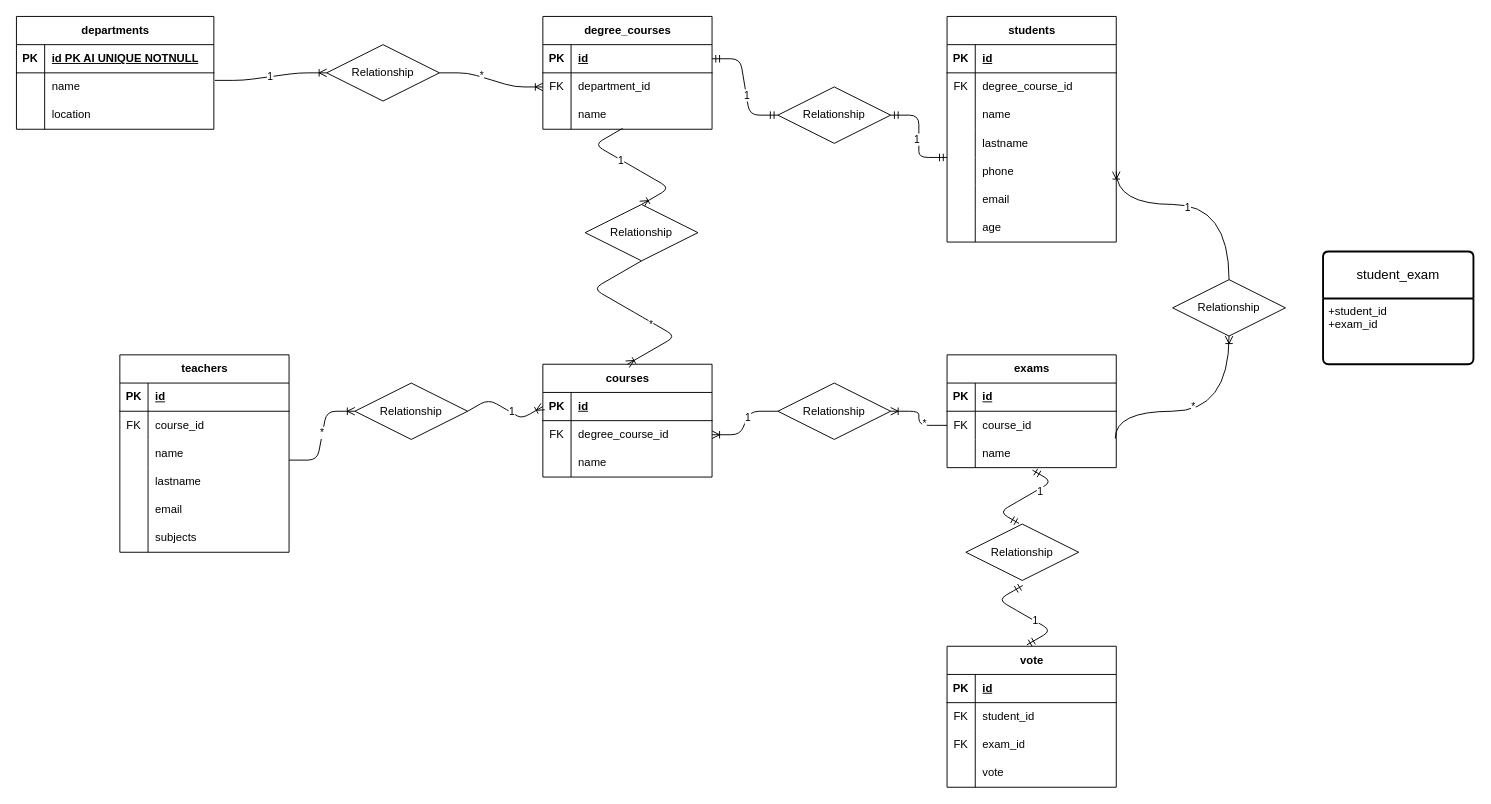
Before: schema.drawio in simone-sampino/db-university, a draw.io diagram. Source tidied: cells renumbered, new cells numbered last; positions are measured from the earlier drawing's top-left corner, leaving out a move shared by most shapes. Both pictures are drawn from the tidied source at 94%, with x=0, y=0 at pixel (16, 16).
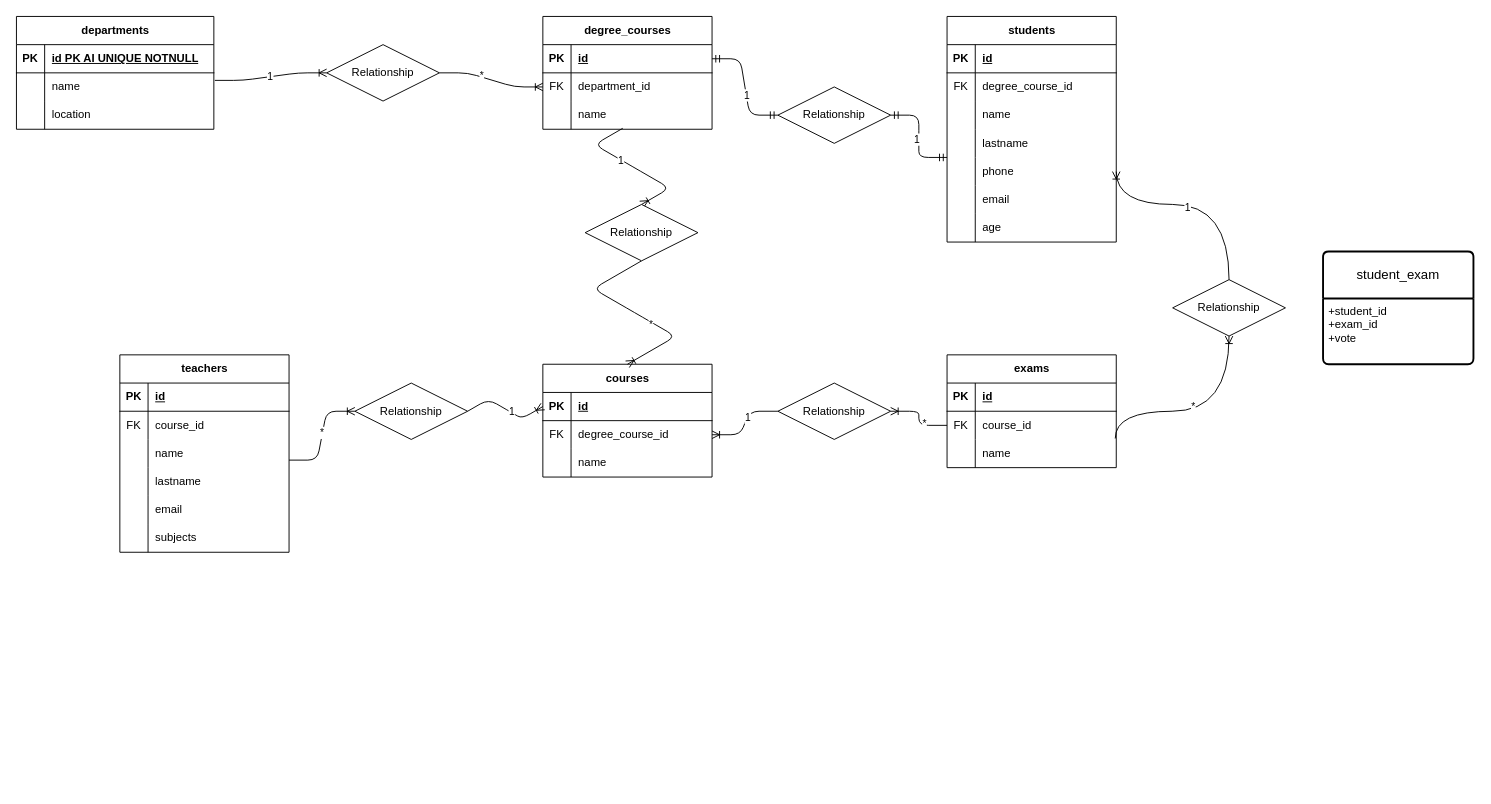
The same page after the edit.

Unchanged cells that the change refers to:
```xml
<mxCell id="73" style="shape=tableRow;horizontal=0;startSize=0;swimlaneHead=0;swimlaneBody=0;fillColor=none;points=[[0,0.5],[1,0.5]];portConstraint=eastwest;top=0;left=0;right=0;bottom=0;" parent="66" vertex="1">
  <mxGeometry y="90" width="180" height="30" as="geometry" />
</mxCell>
<mxCell id="113" value="student_exam" style="swimlane;horizontal=1;startSize=50;rounded=1;fontSize=14;fontStyle=0;strokeWidth=2;shadow=0;dashed=0;align=center;arcSize=4;whiteSpace=wrap;html=1;" parent="1" vertex="1">
  <mxGeometry x="1390" y="250" width="160" height="120" as="geometry" />
</mxCell>
```

The edit, as a diff of the source:
```diff
@@
-    <mxCell id="114" value="+student_id&lt;br&gt;+exam_id" style="align=left;strokeColor=none;fillColor=none;spacingLeft=4;fontSize=12;verticalAlign=top;html=1;" parent="113" vertex="1">
+    <mxCell id="114" value="+student_id&lt;br&gt;+exam_id&lt;div&gt;+vote&lt;/div&gt;" style="align=left;strokeColor=none;fillColor=none;spacingLeft=4;fontSize=12;verticalAlign=top;html=1;" parent="113" vertex="1">
       <mxGeometry y="50" width="160" height="70" as="geometry" />
     </mxCell>
-    <mxCell id="115" value="vote" style="shape=table;startSize=30;childLayout=tableLayout;rowLines=0;fontStyle=1;align=center;html=1;" parent="1" vertex="1">
-      <mxGeometry x="990" y="670" width="180" height="150" as="geometry" />
-    </mxCell>
-    <mxCell id="116" style="shape=tableRow;horizontal=0;startSize=0;swimlaneHead=0;swimlaneBody=0;fillColor=none;top=0;left=0;right=0;bottom=1;" parent="115" vertex="1">
-      <mxGeometry y="30" width="180" height="30" as="geometry" />
-    </mxCell>
-    <mxCell id="117" value="PK" style="shape=partialRectangle;fillColor=none;top=0;left=0;bottom=0;right=0;fontStyle=1;overflow=hidden;whiteSpace=wrap;html=1;" parent="116" vertex="1">
-      <mxGeometry width="30" height="30" as="geometry" />
-    </mxCell>
-    <mxCell id="118" value="id" style="shape=partialRectangle;fillColor=none;top=0;left=0;bottom=0;right=0;align=left;spacingLeft=6;fontStyle=5;overflow=hidden;whiteSpace=wrap;html=1;" parent="116" vertex="1">
-      <mxGeometry x="30" width="150" height="30" as="geometry" />
-    </mxCell>
-    <mxCell id="119" style="shape=tableRow;horizontal=0;startSize=0;swimlaneHead=0;swimlaneBody=0;fillColor=none;top=0;left=0;right=0;bottom=0;" parent="115" vertex="1">
-      <mxGeometry y="60" width="180" height="30" as="geometry" />
-    </mxCell>
-    <mxCell id="120" value="FK" style="shape=partialRectangle;fillColor=none;top=0;left=0;bottom=0;right=0;overflow=hidden;whiteSpace=wrap;html=1;" parent="119" vertex="1">
-      <mxGeometry width="30" height="30" as="geometry" />
-    </mxCell>
-    <mxCell id="121" value="student_id" style="shape=partialRectangle;fillColor=none;top=0;left=0;bottom=0;right=0;align=left;spacingLeft=6;overflow=hidden;whiteSpace=wrap;html=1;" parent="119" vertex="1">
-      <mxGeometry x="30" width="150" height="30" as="geometry" />
-    </mxCell>
-    <mxCell id="122" style="shape=tableRow;horizontal=0;startSize=0;swimlaneHead=0;swimlaneBody=0;fillColor=none;top=0;left=0;right=0;bottom=0;" parent="115" vertex="1">
-      <mxGeometry y="90" width="180" height="30" as="geometry" />
-    </mxCell>
-    <mxCell id="123" value="FK" style="shape=partialRectangle;fillColor=none;top=0;left=0;bottom=0;right=0;overflow=hidden;whiteSpace=wrap;html=1;" parent="122" vertex="1">
-      <mxGeometry width="30" height="30" as="geometry" />
-    </mxCell>
-    <mxCell id="124" value="exam_id" style="shape=partialRectangle;fillColor=none;top=0;left=0;bottom=0;right=0;align=left;spacingLeft=6;overflow=hidden;whiteSpace=wrap;html=1;" parent="122" vertex="1">
-      <mxGeometry x="30" width="150" height="30" as="geometry" />
-    </mxCell>
-    <mxCell id="125" style="shape=tableRow;horizontal=0;startSize=0;swimlaneHead=0;swimlaneBody=0;fillColor=none;top=0;left=0;right=0;bottom=0;" parent="115" vertex="1">
-      <mxGeometry y="120" width="180" height="30" as="geometry" />
-    </mxCell>
-    <mxCell id="126" style="shape=partialRectangle;fillColor=none;top=0;left=0;bottom=0;right=0;overflow=hidden;whiteSpace=wrap;html=1;" parent="125" vertex="1">
-      <mxGeometry width="30" height="30" as="geometry" />
-    </mxCell>
-    <mxCell id="127" value="vote" style="shape=partialRectangle;fillColor=none;top=0;left=0;bottom=0;right=0;align=left;spacingLeft=6;overflow=hidden;whiteSpace=wrap;html=1;" parent="125" vertex="1">
-      <mxGeometry x="30" width="150" height="30" as="geometry" />
-    </mxCell>
-    <mxCell id="128" style="edgeStyle=isometricEdgeStyle;fontSize=12;html=1;endArrow=ERmandOne;startArrow=ERmandOne;entryX=0.505;entryY=1.089;entryDx=0;entryDy=0;entryPerimeter=0;exitX=0.472;exitY=-0.01;exitDx=0;exitDy=0;exitPerimeter=0;elbow=vertical;" parent="1" edge="1" source="132" target="73">
-      <mxGeometry relative="1" as="geometry" />
-    </mxCell>
-    <mxCell id="129" value="1" style="edgeLabel;html=1;align=center;verticalAlign=middle;" parent="128" vertex="1">
-      <mxGeometry x="0.27" y="-3" relative="1" as="geometry" />
-    </mxCell>
-    <mxCell id="130" style="edgeStyle=isometricEdgeStyle;fontSize=12;html=1;endArrow=ERmandOne;startArrow=ERmandOne;entryX=0.505;entryY=1.089;entryDx=0;entryDy=0;entryPerimeter=0;exitX=0.472;exitY=-0.01;exitDx=0;exitDy=0;exitPerimeter=0;" parent="1" edge="1" source="115" target="132">
-      <mxGeometry relative="1" as="geometry" />
-    </mxCell>
-    <mxCell id="131" value="1" style="edgeLabel;html=1;align=center;verticalAlign=middle;" parent="130" vertex="1">
-      <mxGeometry x="-0.2" y="-1" relative="1" as="geometry" />
-    </mxCell>
-    <mxCell id="132" value="Relationship" style="shape=rhombus;perimeter=rhombusPerimeter;whiteSpace=wrap;html=1;align=center;" parent="1" vertex="1">
-      <mxGeometry x="1010" y="540" width="120" height="60" as="geometry" />
-    </mxCell>
```
